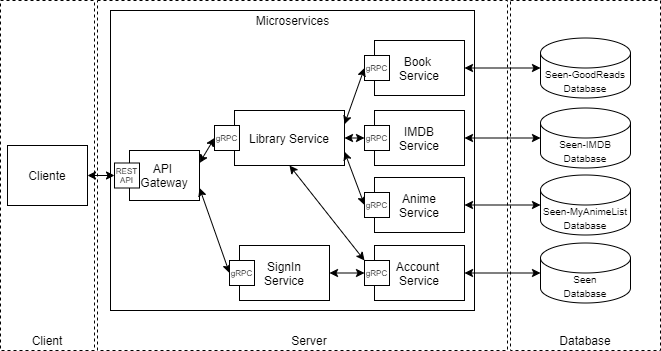
JotaFilip/cn-g keeps this draw.io diagram as app/api/report/images/CloudNativeAppArchitecture.png. Above is the earlier version. Source tidied: cells renumbered, new cells last; positions are measured from the earlier drawing's top-left corner, leaving out a move shared by most shapes.
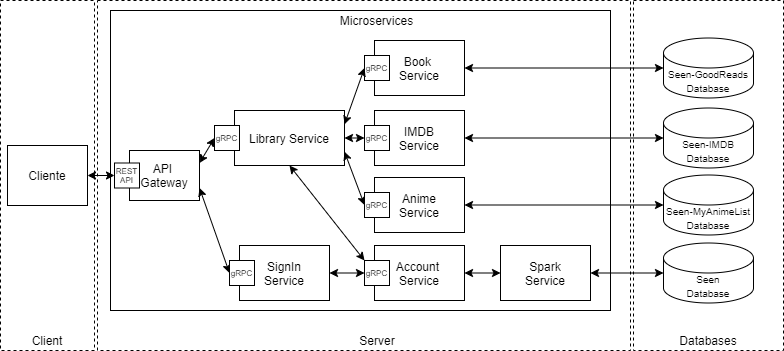
The same file after the commit.

Commit message:
Added Spark to Architectural Design

Diff of the diagram source:
```diff
@@ -3,16 +3,16 @@
     <mxCell id="0" />
     <mxCell id="1" parent="0" />
     <mxCell id="2" style="rounded=0;whiteSpace=wrap;html=1;dashed=1;fillColor=none;" parent="1" vertex="1">
-      <mxGeometry x="97" width="410" height="350" as="geometry" />
+      <mxGeometry x="97" width="533" height="350" as="geometry" />
     </mxCell>
     <mxCell id="3" style="rounded=0;whiteSpace=wrap;html=1;fillColor=none;" parent="1" vertex="1">
-      <mxGeometry x="110" y="10" width="364" height="300" as="geometry" />
+      <mxGeometry x="110" y="10" width="500" height="300" as="geometry" />
     </mxCell>
     <mxCell id="4" style="rounded=0;whiteSpace=wrap;html=1;dashed=1;fillColor=none;" parent="1" vertex="1">
       <mxGeometry width="94" height="350" as="geometry" />
     </mxCell>
     <mxCell id="5" style="rounded=0;whiteSpace=wrap;html=1;dashed=1;fillColor=none;" parent="1" vertex="1">
-      <mxGeometry x="510" width="150" height="350" as="geometry" />
+      <mxGeometry x="633" width="150" height="350" as="geometry" />
     </mxCell>
     <mxCell id="6" value="Cliente" style="rounded=0;whiteSpace=wrap;html=1;" parent="1" vertex="1">
       <mxGeometry x="7" y="145" width="80" height="60" as="geometry" />
@@ -21,27 +21,30 @@
       <mxGeometry x="129" y="150" width="70" height="50" as="geometry" />
     </mxCell>
     <mxCell id="8" value="&lt;div&gt;&lt;span style=&quot;font-size: 10px&quot;&gt;Seen-MyAnimeList Database&lt;/span&gt;&lt;/div&gt;" style="shape=cylinder3;whiteSpace=wrap;html=1;boundedLbl=1;backgroundOutline=1;size=15;align=center;" parent="1" vertex="1">
-      <mxGeometry x="540" y="174.5" width="90" height="60" as="geometry" />
+      <mxGeometry x="663" y="174.5" width="90" height="60" as="geometry" />
     </mxCell>
-    <mxCell id="9" value="Database" style="text;html=1;strokeColor=none;fillColor=none;align=center;verticalAlign=middle;whiteSpace=wrap;rounded=0;dashed=1;" parent="1" vertex="1">
-      <mxGeometry x="565" y="330" width="40" height="20" as="geometry" />
+    <mxCell id="9" value="Databases" style="text;html=1;strokeColor=none;fillColor=none;align=center;verticalAlign=middle;whiteSpace=wrap;rounded=0;dashed=1;" parent="1" vertex="1">
+      <mxGeometry x="688" y="330" width="40" height="20" as="geometry" />
     </mxCell>
     <mxCell id="10" value="&lt;font style=&quot;font-size: 10px&quot;&gt;Seen&lt;br&gt;Database&lt;/font&gt;" style="shape=cylinder3;whiteSpace=wrap;html=1;boundedLbl=1;backgroundOutline=1;size=15;" parent="1" vertex="1">
-      <mxGeometry x="540" y="242.5" width="90" height="60" as="geometry" />
+      <mxGeometry x="663" y="242.5" width="90" height="60" as="geometry" />
     </mxCell>
     <mxCell id="11" value="Microservices" style="text;html=1;strokeColor=none;fillColor=none;align=center;verticalAlign=middle;whiteSpace=wrap;rounded=0;" parent="1" vertex="1">
-      <mxGeometry x="244.5" y="10" width="95" height="20" as="geometry" />
+      <mxGeometry x="329" y="10" width="95" height="20" as="geometry" />
     </mxCell>
     <mxCell id="12" value="Anime&lt;br&gt;Service" style="rounded=0;whiteSpace=wrap;html=1;fillColor=none;" parent="1" vertex="1">
       <mxGeometry x="374" y="177" width="90" height="55" as="geometry" />
     </mxCell>
+    <mxCell id="41" style="edgeStyle=orthogonalEdgeStyle;rounded=0;jettySize=auto;html=1;exitX=1;exitY=0.5;exitDx=0;exitDy=0;entryX=0;entryY=0.5;entryDx=0;entryDy=0;startArrow=classic;startFill=1;" parent="1" edge="1" source="13" target="42">
+      <mxGeometry relative="1" as="geometry" />
+    </mxCell>
     <mxCell id="13" value="Account &lt;br&gt;Service" style="rounded=0;whiteSpace=wrap;html=1;fillColor=none;" parent="1" vertex="1">
       <mxGeometry x="374" y="245" width="90" height="55" as="geometry" />
     </mxCell>
     <mxCell id="14" style="endArrow=classic;startArrow=classic;html=1;entryX=0;entryY=0.5;entryDx=0;entryDy=0;entryPerimeter=0;exitX=1;exitY=0.5;exitDx=0;exitDy=0;" parent="1" edge="1" source="12" target="8">
       <mxGeometry relative="1" as="geometry" />
     </mxCell>
-    <mxCell id="15" style="endArrow=classic;startArrow=classic;html=1;exitX=1;exitY=0.5;exitDx=0;exitDy=0;entryX=0;entryY=0.5;entryDx=0;entryDy=0;entryPerimeter=0;" parent="1" edge="1" source="13" target="10">
+    <mxCell id="15" style="endArrow=classic;startArrow=classic;html=1;exitX=1;exitY=0.5;exitDx=0;exitDy=0;entryX=0;entryY=0.5;entryDx=0;entryDy=0;entryPerimeter=0;" parent="1" edge="1" source="42" target="10">
       <mxGeometry relative="1" as="geometry" />
     </mxCell>
     <mxCell id="16" style="endArrow=classic;startArrow=classic;html=1;exitX=1;exitY=0.5;exitDx=0;exitDy=0;entryX=0;entryY=0.5;entryDx=0;entryDy=0;" parent="1" edge="1" source="6" target="34">
@@ -57,7 +60,7 @@
       <mxGeometry x="27" y="330" width="40" height="20" as="geometry" />
     </mxCell>
     <mxCell id="20" value="Server" style="text;html=1;strokeColor=none;fillColor=none;align=center;verticalAlign=middle;whiteSpace=wrap;rounded=0;" parent="1" vertex="1">
-      <mxGeometry x="289" y="330" width="40" height="20" as="geometry" />
+      <mxGeometry x="356.5" y="330" width="40" height="20" as="geometry" />
     </mxCell>
     <mxCell id="21" value="IMDB&lt;br&gt;Service" style="rounded=0;whiteSpace=wrap;html=1;fillColor=none;" parent="1" vertex="1">
       <mxGeometry x="374" y="110" width="90" height="55" as="geometry" />
@@ -75,10 +78,10 @@
       <mxGeometry relative="1" as="geometry" />
     </mxCell>
     <mxCell id="26" value="&lt;font style=&quot;font-size: 10px&quot;&gt;Seen-IMDB Database&lt;/font&gt;" style="shape=cylinder3;whiteSpace=wrap;html=1;boundedLbl=1;backgroundOutline=1;size=15;" parent="1" vertex="1">
-      <mxGeometry x="540" y="107.5" width="90" height="60" as="geometry" />
+      <mxGeometry x="663" y="107.5" width="90" height="60" as="geometry" />
     </mxCell>
     <mxCell id="27" value="&lt;font style=&quot;font-size: 10px&quot;&gt;Seen-GoodReads Database&lt;/font&gt;" style="shape=cylinder3;whiteSpace=wrap;html=1;boundedLbl=1;backgroundOutline=1;size=15;" parent="1" vertex="1">
-      <mxGeometry x="540" y="37.5" width="90" height="60" as="geometry" />
+      <mxGeometry x="663" y="37.5" width="90" height="60" as="geometry" />
     </mxCell>
     <mxCell id="28" style="endArrow=classic;startArrow=classic;html=1;entryX=0;entryY=0.5;entryDx=0;entryDy=0;entryPerimeter=0;exitX=1;exitY=0.5;exitDx=0;exitDy=0;" parent="1" edge="1" source="21" target="26">
       <mxGeometry relative="1" as="geometry" />
@@ -119,5 +122,8 @@
     <mxCell id="40" style="endArrow=classic;startArrow=classic;html=1;exitX=1;exitY=0.5;exitDx=0;exitDy=0;entryX=0;entryY=0.5;entryDx=0;entryDy=0;" parent="1" edge="1" source="38" target="33">
       <mxGeometry relative="1" as="geometry" />
     </mxCell>
+    <mxCell id="42" value="Spark&lt;br&gt;Service" style="rounded=0;whiteSpace=wrap;html=1;fillColor=none;" parent="1" vertex="1">
+      <mxGeometry x="500" y="245" width="90" height="55" as="geometry" />
+    </mxCell>
   </root>
 </mxGraphModel>
```
